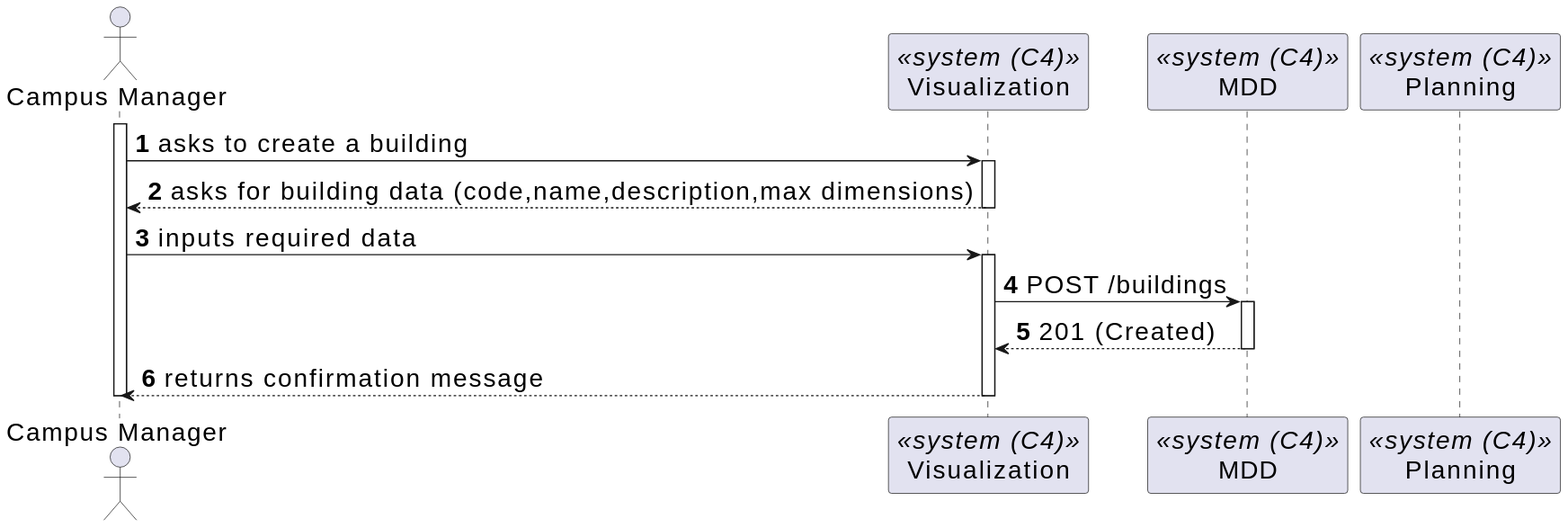
This is _wiki/sprint-b/us-1120/views/level-2/assets/process-view.svg from miseEnPlace-dev/lapr5, a PlantUML export, as it was before one commit. The source it was exported from:
```plantuml
@startuml
skinparamlocked defaultFontSize 20
autonumber

actor CM as "Campus Manager"
participant UI as "Visualization" <<system (C4)>>
participant MDD as "MDD" <<system (C4)>>
participant P as "Planning" <<system (C4)>>


activate CM

CM -> UI : asks to create a building
activate UI

CM <-- UI : asks for building data (code,name,description,max dimensions)
deactivate UI

CM -> UI : inputs required data
activate UI

UI -> MDD : POST /buildings
activate MDD
MDD --> UI : 201 (Created)
deactivate MDD

CM <-- UI : returns confirmation message
deactivate UI


deactivate CM
@enduml
```
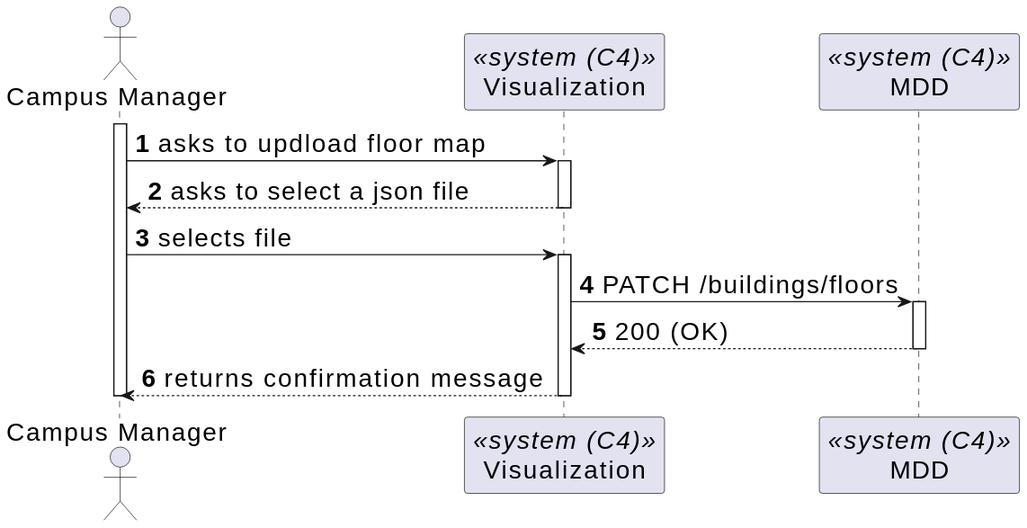
Later version of the same file.

The edit, as a diff of the source:
```diff
@@ -5,23 +5,21 @@
 actor CM as "Campus Manager"
 participant UI as "Visualization" <<system (C4)>>
 participant MDD as "MDD" <<system (C4)>>
-participant P as "Planning" <<system (C4)>>
-
 
 activate CM
 
-CM -> UI : asks to create a building
+CM -> UI : asks to updload floor map
 activate UI
 
-CM <-- UI : asks for building data (code,name,description,max dimensions)
+CM <-- UI : asks to select a json file
 deactivate UI
 
-CM -> UI : inputs required data
+CM -> UI : selects file
 activate UI
 
-UI -> MDD : POST /buildings
+UI -> MDD : PATCH /buildings/floors
 activate MDD
-MDD --> UI : 201 (Created)
+MDD --> UI : 200 (OK)
 deactivate MDD
 
 CM <-- UI : returns confirmation message
```
